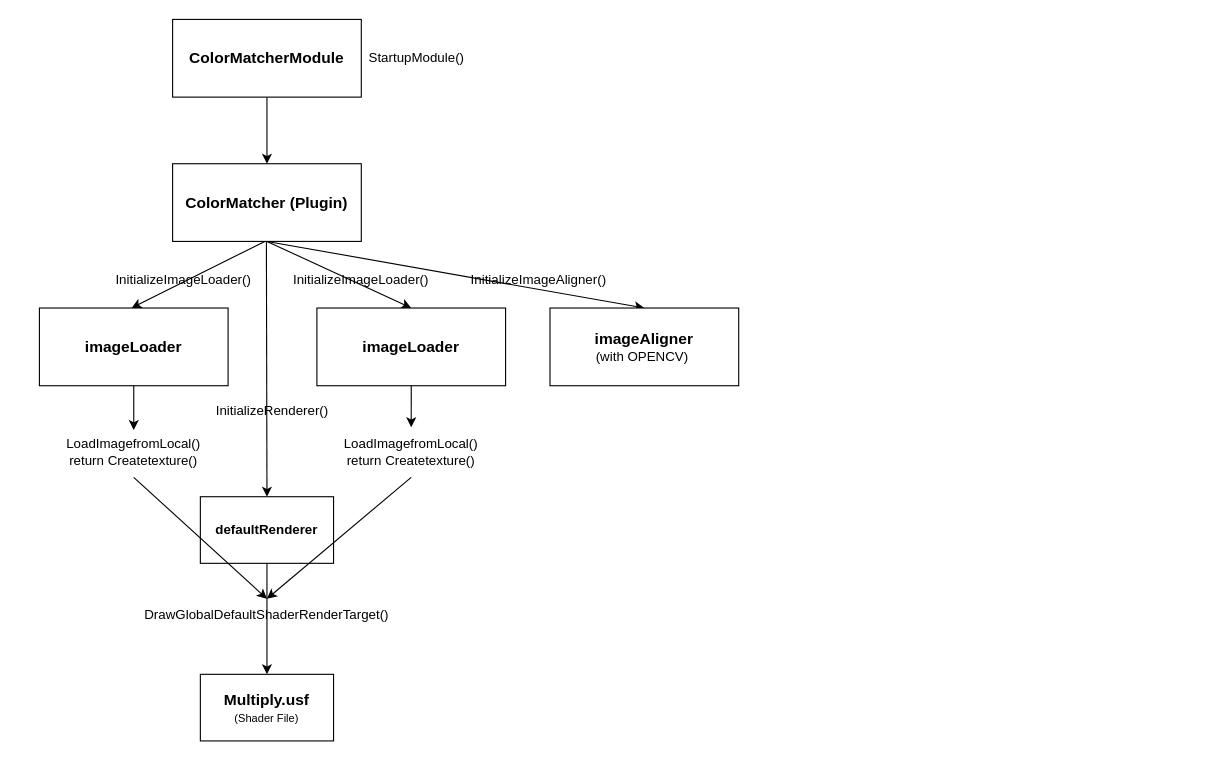
Earlier version of the draw.io diagram 제목 없는 다이어그램.drawio (LimSeokHyun1/Nestjs_Practice). Source tidied: cells renumbered, new cells numbered last; positions are measured from the earlier drawing's top-left corner, leaving out a move shared by most shapes. Both pictures are drawn from the tidied source at 111%, with x=0, y=0 at pixel (18, 19).
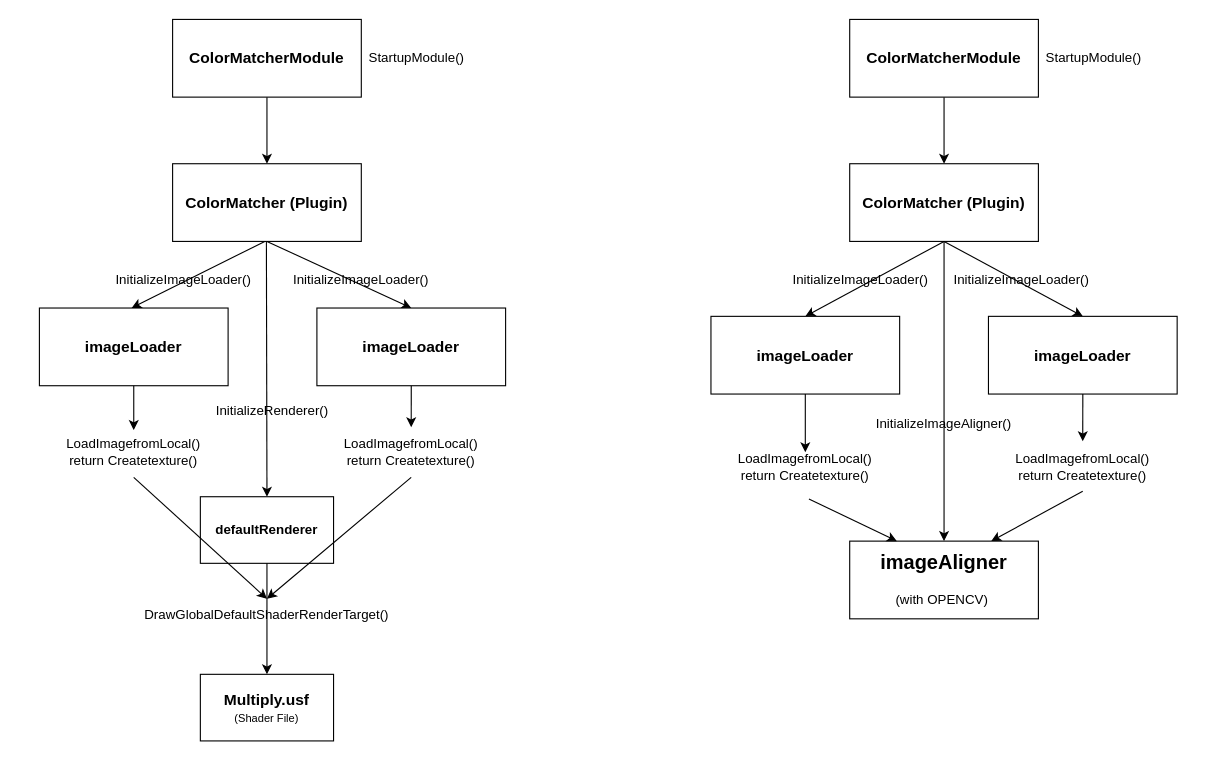
Above is the later version.

Commit message:
제목 없는 다이어그램.drawio 업데이트

Unchanged cells that the change refers to:
```xml
<mxCell id="4" value="&lt;b&gt;&lt;font style=&quot;font-size: 14px;&quot;&gt;ColorMatcher (Plugin)&lt;/font&gt;&lt;/b&gt;" style="rounded=0;whiteSpace=wrap;html=1;" parent="1" vertex="1">
  <mxGeometry x="139" y="130" width="170" height="70" as="geometry" />
</mxCell>
```

The edit, as a diff of the source:
```diff
@@
     <mxCell id="19" value="InitializeImageAligner()" style="text;html=1;strokeColor=none;fillColor=none;align=center;verticalAlign=middle;whiteSpace=wrap;rounded=0;" parent="1" vertex="1">
-      <mxGeometry x="439" y="220" width="60" height="30" as="geometry" />
+      <mxGeometry x="804" y="350" width="60" height="30" as="geometry" />
     </mxCell>
@@
-    <mxCell id="24" style="endArrow=classic;html=1;rounded=0;exitX=0.5;exitY=1;exitDx=0;exitDy=0;entryX=0.5;entryY=0;entryDx=0;entryDy=0;" parent="1" edge="1" source="4" target="25">
+    <mxCell id="24" style="endArrow=classic;html=1;rounded=0;exitX=0.5;exitY=1;exitDx=0;exitDy=0;entryX=0.5;entryY=0;entryDx=0;entryDy=0;" parent="1" edge="1" source="29" target="25">
       <mxGeometry relative="1" as="geometry" />
     </mxCell>
-    <mxCell id="25" value="&lt;font style=&quot;&quot;&gt;&lt;b style=&quot;font-size: 14px;&quot;&gt;imageAligner&lt;br&gt;&lt;/b&gt;&lt;font style=&quot;font-size: 12px;&quot;&gt;(with OPENCV)&lt;b style=&quot;&quot;&gt;&amp;nbsp;&lt;/b&gt;&lt;/font&gt;&lt;/font&gt;" style="rounded=0;whiteSpace=wrap;html=1;" parent="1" vertex="1">
-      <mxGeometry x="479" y="260" width="170" height="70" as="geometry" />
+    <mxCell id="25" value="&lt;font style=&quot;&quot;&gt;&lt;b style=&quot;&quot;&gt;&lt;font style=&quot;font-size: 18px;&quot;&gt;imageAligner&lt;/font&gt;&lt;br&gt;&lt;/b&gt;&lt;font style=&quot;font-size: 12px;&quot;&gt;&lt;br&gt;(with OPENCV)&lt;b style=&quot;&quot;&gt;&amp;nbsp;&lt;/b&gt;&lt;/font&gt;&lt;/font&gt;" style="rounded=0;whiteSpace=wrap;html=1;" parent="1" vertex="1">
+      <mxGeometry x="749" y="470" width="170" height="70" as="geometry" />
     </mxCell>
@@
+    <mxCell id="27" style="edgeStyle=orthogonalEdgeStyle;rounded=0;jettySize=auto;html=1;" parent="1" edge="1" source="28">
+      <mxGeometry relative="1" as="geometry">
+        <mxPoint x="834" y="130" as="targetPoint" />
+      </mxGeometry>
+    </mxCell>
+    <mxCell id="28" value="&lt;b&gt;&lt;font style=&quot;font-size: 14px;&quot;&gt;ColorMatcherModule&lt;/font&gt;&lt;/b&gt;" style="rounded=0;whiteSpace=wrap;html=1;" parent="1" vertex="1">
+      <mxGeometry x="749" width="170" height="70" as="geometry" />
+    </mxCell>
+    <mxCell id="29" value="&lt;b&gt;&lt;font style=&quot;font-size: 14px;&quot;&gt;ColorMatcher (Plugin)&lt;/font&gt;&lt;/b&gt;" style="rounded=0;whiteSpace=wrap;html=1;" parent="1" vertex="1">
+      <mxGeometry x="749" y="130" width="170" height="70" as="geometry" />
+    </mxCell>
+    <mxCell id="30" value="StartupModule()" style="text;html=1;strokeColor=none;fillColor=none;align=center;verticalAlign=middle;whiteSpace=wrap;rounded=0;" parent="1" vertex="1">
+      <mxGeometry x="939" y="20" width="60" height="30" as="geometry" />
+    </mxCell>
+    <mxCell id="31" style="endArrow=classic;html=1;rounded=0;entryX=0.5;entryY=0;entryDx=0;entryDy=0;exitX=0.5;exitY=1;exitDx=0;exitDy=0;" parent="1" edge="1" source="29" target="33">
+      <mxGeometry relative="1" as="geometry" />
+    </mxCell>
+    <mxCell id="32" style="endArrow=classic;html=1;rounded=0;exitX=0.5;exitY=1;exitDx=0;exitDy=0;entryX=0.5;entryY=0;entryDx=0;entryDy=0;" parent="1" edge="1" source="29" target="34">
+      <mxGeometry relative="1" as="geometry" />
+    </mxCell>
+    <mxCell id="33" value="&lt;b&gt;&lt;font style=&quot;font-size: 14px;&quot;&gt;imageLoader&lt;/font&gt;&lt;/b&gt;" style="rounded=0;whiteSpace=wrap;html=1;" parent="1" vertex="1">
+      <mxGeometry x="624" y="267.5" width="170" height="70" as="geometry" />
+    </mxCell>
+    <mxCell id="34" value="&lt;b style=&quot;border-color: var(--border-color);&quot;&gt;&lt;font style=&quot;border-color: var(--border-color); font-size: 14px;&quot;&gt;imageLoader&lt;/font&gt;&lt;/b&gt;" style="rounded=0;whiteSpace=wrap;html=1;" parent="1" vertex="1">
+      <mxGeometry x="874" y="267.5" width="170" height="70" as="geometry" />
+    </mxCell>
+    <mxCell id="35" value="InitializeImageLoader()" style="text;html=1;strokeColor=none;fillColor=none;align=center;verticalAlign=middle;whiteSpace=wrap;rounded=0;" parent="1" vertex="1">
+      <mxGeometry x="729" y="220" width="60" height="30" as="geometry" />
+    </mxCell>
+    <mxCell id="36" value="InitializeImageLoader()" style="text;html=1;strokeColor=none;fillColor=none;align=center;verticalAlign=middle;whiteSpace=wrap;rounded=0;" parent="1" vertex="1">
+      <mxGeometry x="874" y="220" width="60" height="30" as="geometry" />
+    </mxCell>
+    <mxCell id="37" style="endArrow=classic;html=1;rounded=0;exitX=0.5;exitY=1;exitDx=0;exitDy=0;" parent="1" edge="1" source="33">
+      <mxGeometry relative="1" as="geometry">
+        <mxPoint x="709" y="390" as="targetPoint" />
+      </mxGeometry>
+    </mxCell>
+    <mxCell id="38" style="endArrow=classic;html=1;rounded=0;exitX=0.5;exitY=1;exitDx=0;exitDy=0;entryX=0.5;entryY=0;entryDx=0;entryDy=0;" parent="1" edge="1" source="34" target="40">
+      <mxGeometry relative="1" as="geometry" />
+    </mxCell>
+    <mxCell id="39" value="LoadImagefromLocal()&lt;br style=&quot;border-color: var(--border-color);&quot;&gt;return Createtexture()" style="text;html=1;strokeColor=none;fillColor=none;align=center;verticalAlign=middle;whiteSpace=wrap;rounded=0;" parent="1" vertex="1">
+      <mxGeometry x="605.2" y="380" width="207.5" height="45" as="geometry" />
+    </mxCell>
+    <mxCell id="40" value="LoadImagefromLocal()&lt;br style=&quot;border-color: var(--border-color);&quot;&gt;return Createtexture()" style="text;html=1;strokeColor=none;fillColor=none;align=center;verticalAlign=middle;whiteSpace=wrap;rounded=0;" parent="1" vertex="1">
+      <mxGeometry x="855.2" y="380" width="207.5" height="45" as="geometry" />
+    </mxCell>
+    <mxCell id="41" style="endArrow=classic;html=1;rounded=0;exitX=0.516;exitY=1.156;exitDx=0;exitDy=0;exitPerimeter=0;entryX=0.25;entryY=0;entryDx=0;entryDy=0;" parent="1" edge="1" source="39" target="25">
+      <mxGeometry relative="1" as="geometry" />
+    </mxCell>
+    <mxCell id="42" style="endArrow=classic;html=1;rounded=0;exitX=0.5;exitY=1;exitDx=0;exitDy=0;entryX=0.75;entryY=0;entryDx=0;entryDy=0;" parent="1" edge="1" source="40" target="25">
+      <mxGeometry relative="1" as="geometry" />
+    </mxCell>
```
